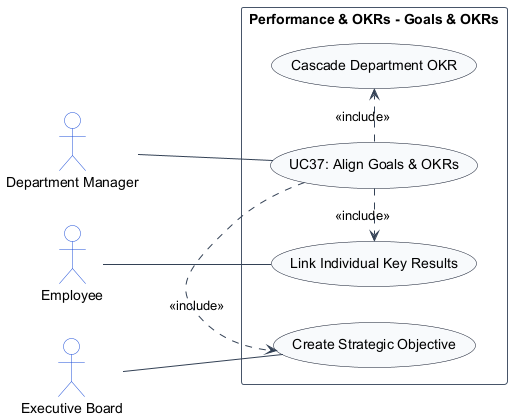
Before: usecase_images/module_05_performance_okrs/UC37.png, a diagram exported from PlantUML (TamBui1706/HRPlatform).
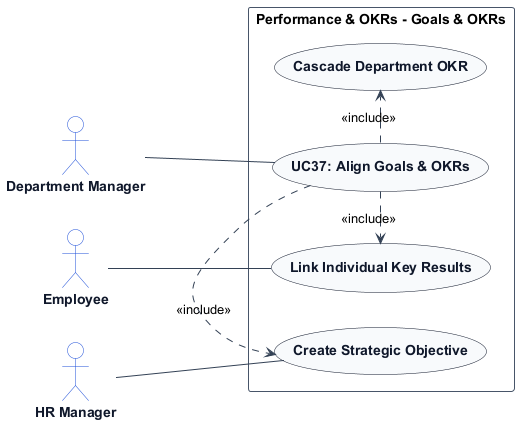
After the commit.

The edit, as a diff of the source:
```diff
@@ -7,14 +7,20 @@
 skinparam ArrowColor #334155
 skinparam ActorBorderColor #1d4ed8
 skinparam ActorBackgroundColor #ffffff
+skinparam ActorFontColor #0f172a
+skinparam ActorFontStyle bold
+
 skinparam UsecaseBorderColor #0f172a
 skinparam UsecaseBackgroundColor #f8fafc
+skinparam UsecaseFontColor #0f172a
+skinparam UsecaseFontStyle bold
+
 skinparam RectangleBorderColor #475569
 skinparam RectangleBackgroundColor #ffffff
 
 actor "Department Manager" as DepartmentManager
 actor "Employee" as Employee
-actor "Executive Board" as ExecutiveBoard
+actor "HR Manager" as HRManager
 
 rectangle "Performance & OKRs - Goals & OKRs" {
     usecase "UC37: Align Goals & OKRs" as UC_Main
@@ -22,7 +28,7 @@
     usecase "Cascade Department OKR" as UC_DeptOKR
     usecase "Link Individual Key Results" as UC_IndivOKR
 
-    ExecutiveBoard -- UC_StratObj
+    HRManager -- UC_StratObj
     DepartmentManager -- UC_Main
     Employee -- UC_IndivOKR
     UC_Main .> UC_StratObj : <<include>>
```
